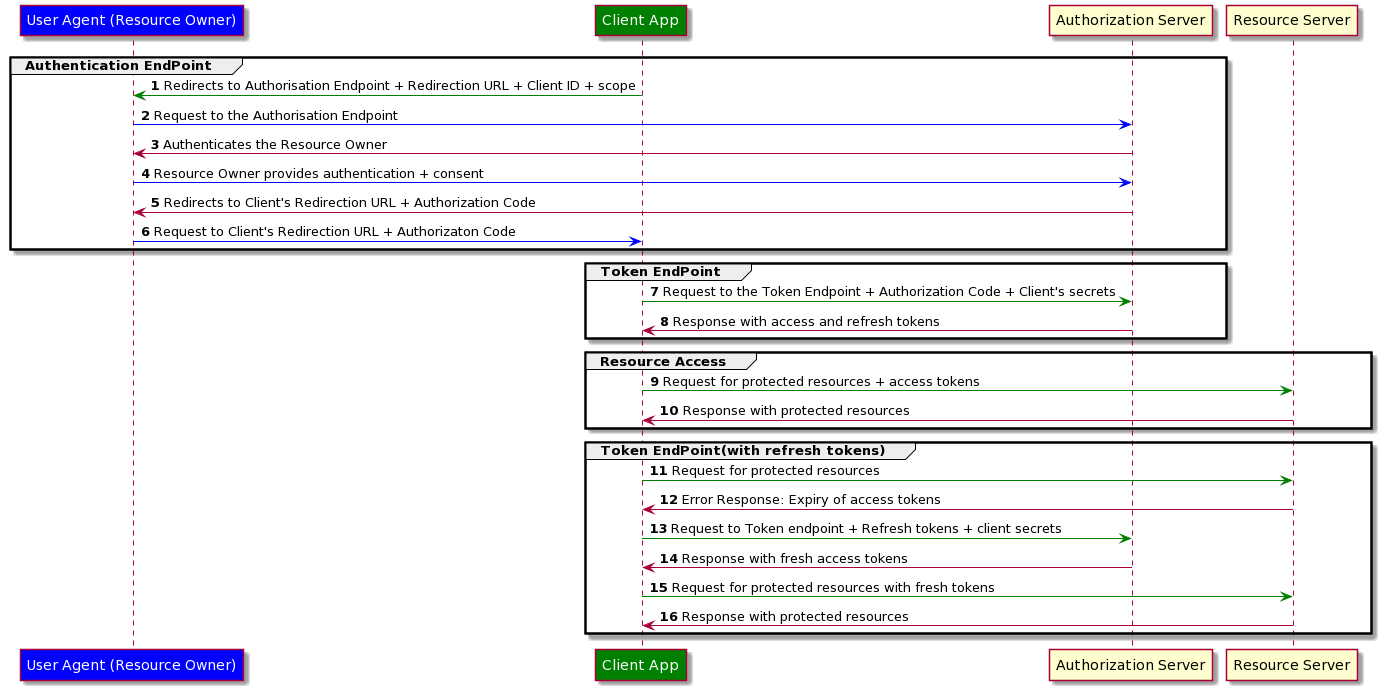
The PlantUML diagram assets/images/oAuth_8.png in oitee/oitee.github.io, before a commit. Its diagram source:
```plantuml
@startuml
participant "<font color=white>User Agent (Resource Owner)" as user #blue
participant "<font color=white>Client App" as client  #green
participant "Authorization Server" as authServer
participant "Resource Server" as api
group Authentication EndPoint
autonumber 1
client -[#green]> user: Redirects to Authorisation Endpoint + Redirection URL + Client ID + scope
user -[#blue]> authServer: Request to the Authorisation Endpoint
authServer -> user: Authenticates the Resource Owner
user -[#blue]> authServer: Resource Owner provides authentication + consent
authServer -> user: Redirects to Client's Redirection URL + Authorization Code
user -[#blue]> client: Request to Client's Redirection URL + Authorizaton Code
end
group Token EndPoint
client -[#green]> authServer: Request to the Token Endpoint + Authorization Code + Client's secrets
authServer -> client: Response with access and refresh tokens
end
group Resource Access
client -[#green]> api: Request for protected resources + access tokens
api -> client: Response with protected resources
end
group Token EndPoint(with refresh tokens)
client -[#green]> api: Request for protected resources
api -> client: Error Response: Expiry of access tokens
client -[#green]> authServer: Request to Token endpoint + Refresh tokens + client secrets
authServer -> client: Response with fresh access tokens
client -[#green]> api: Request for protected resources with fresh tokens
api -> client: Response with protected resources
end
@enduml
```
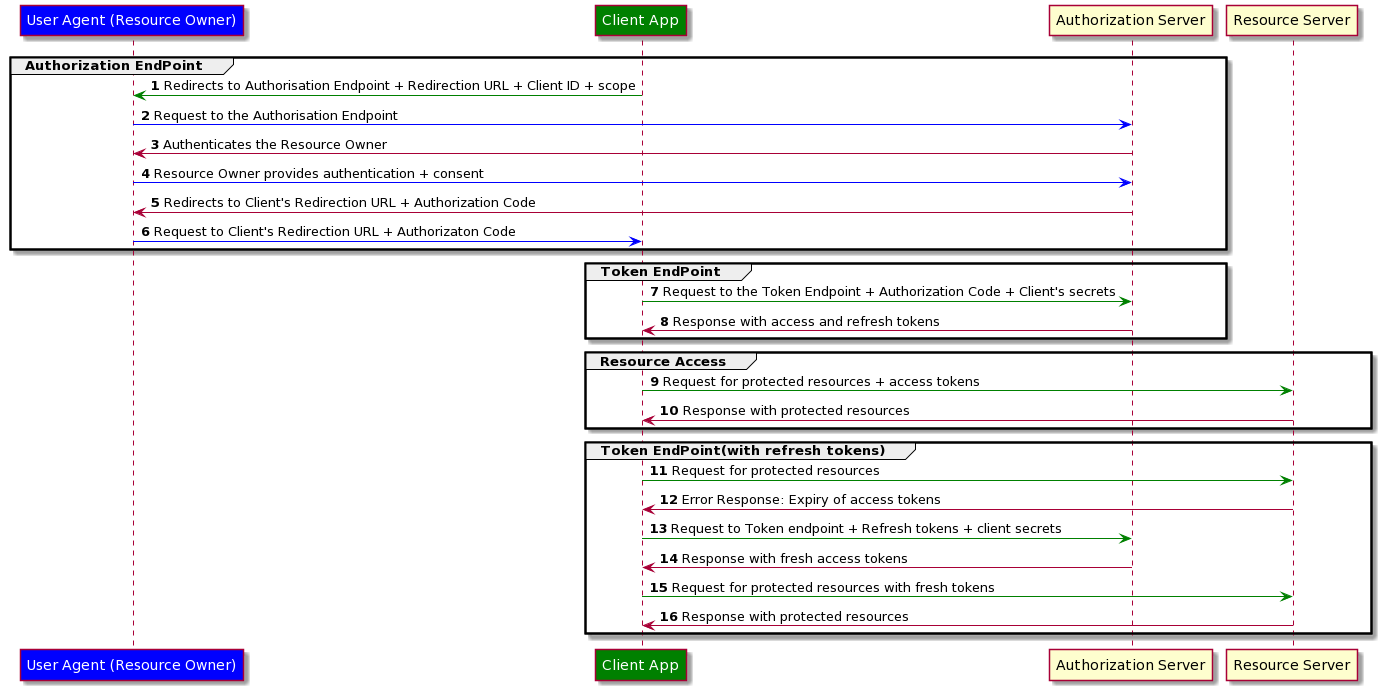
After the commit.

Diff of the diagram source:
```diff
@@ -3,7 +3,7 @@
 participant "<font color=white>Client App" as client  #green
 participant "Authorization Server" as authServer
 participant "Resource Server" as api
-group Authentication EndPoint
+group Authorization EndPoint
 autonumber 1
 client -[#green]> user: Redirects to Authorisation Endpoint + Redirection URL + Client ID + scope
 user -[#blue]> authServer: Request to the Authorisation Endpoint
```
